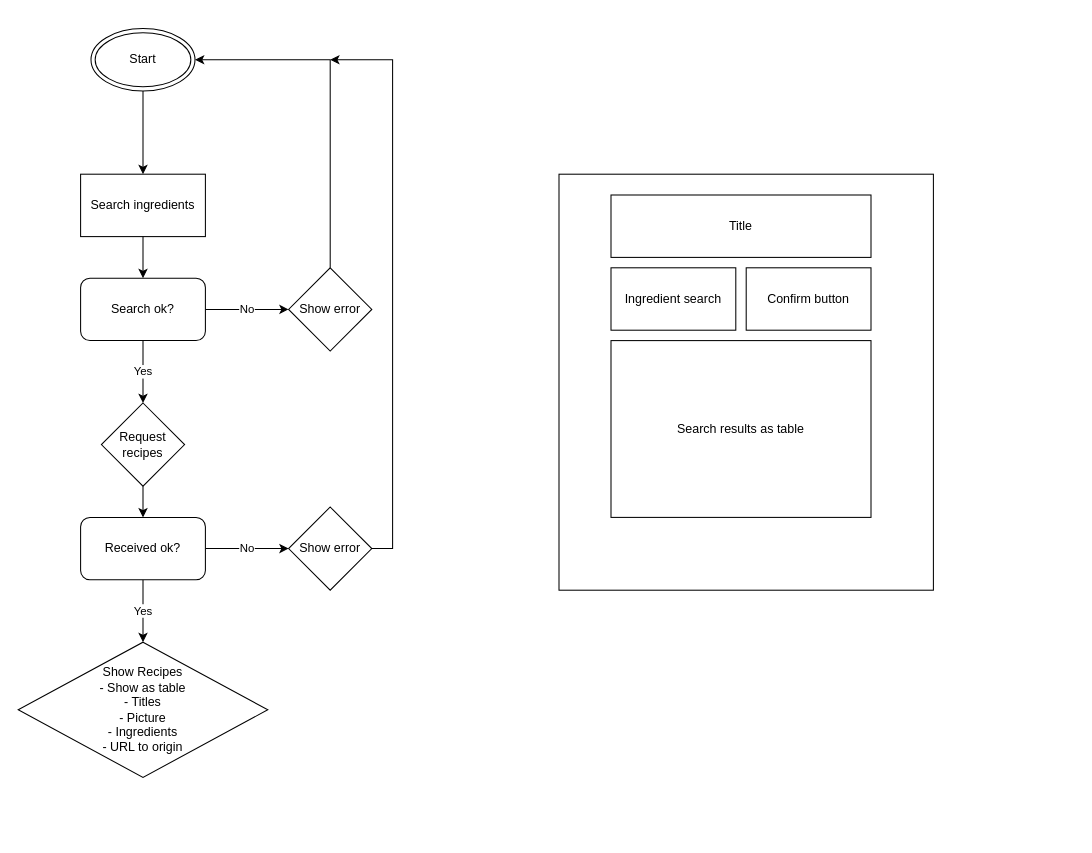
The draw.io diagram page "Page-1" (1 of 2) of scratch/drawio sketch.drawio in winterpetrichor/WYWMrecipeSearcher, before the edit. Source tidied: cells renumbered, new cells numbered last; positions are measured from the earlier drawing's top-left corner, leaving out a move shared by most shapes. Both pictures are drawn from the tidied source at 104%, with x=0, y=0 at pixel (18, 28).
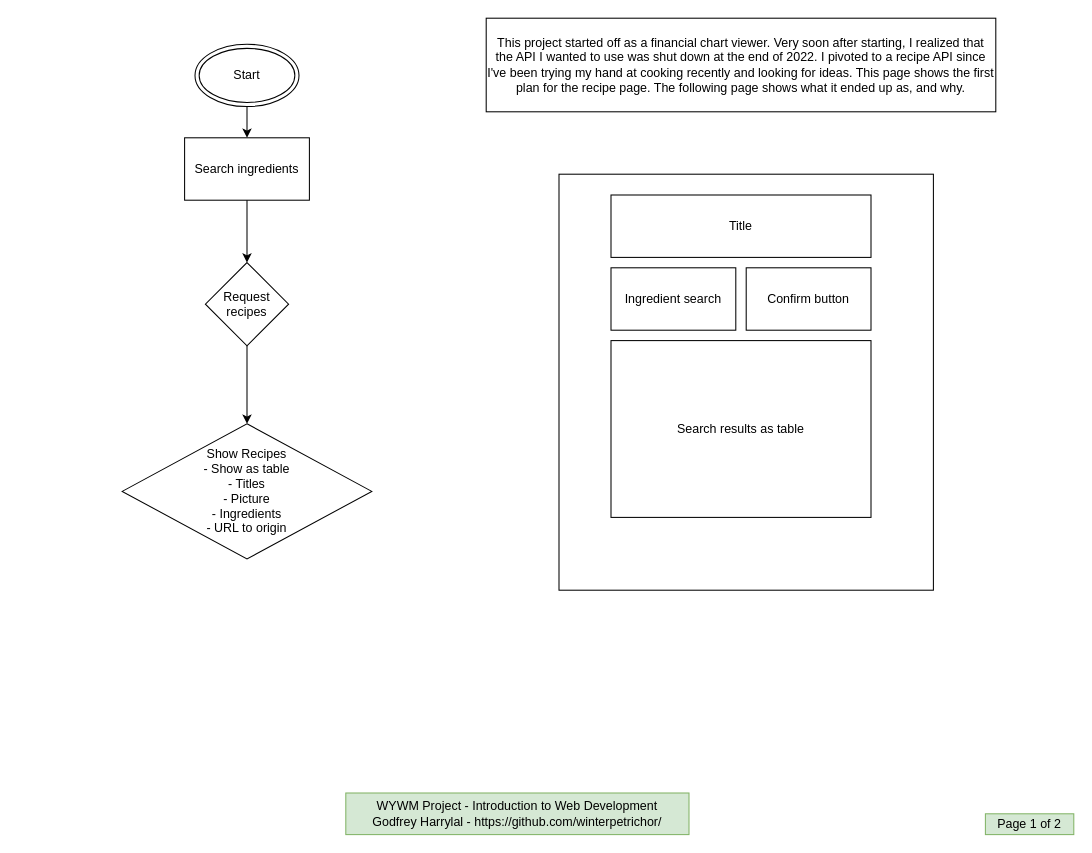
The same diagram, later.

Diff of the diagram source:
```diff
@@
     <mxCell id="4" value="Start" style="ellipse;shape=doubleEllipse;whiteSpace=wrap;html=1;" parent="1" vertex="1">
-      <mxGeometry x="70" width="100" height="60" as="geometry" />
+      <mxGeometry x="170" y="15" width="100" height="60" as="geometry" />
     </mxCell>
     <mxCell id="5" value="Search ingredients" style="rounded=0;whiteSpace=wrap;html=1;" parent="1" vertex="1">
-      <mxGeometry x="60" y="140" width="120" height="60" as="geometry" />
+      <mxGeometry x="160" y="105" width="120" height="60" as="geometry" />
     </mxCell>
-    <mxCell id="6" style="edgeStyle=orthogonalEdgeStyle;rounded=0;jettySize=auto;html=1;exitX=0.5;exitY=1;exitDx=0;exitDy=0;entryX=0.5;entryY=0;entryDx=0;entryDy=0;" parent="1" edge="1" source="7" target="10">
+    <mxCell id="6" style="edgeStyle=orthogonalEdgeStyle;rounded=0;jettySize=auto;html=1;exitX=0.5;exitY=1;exitDx=0;exitDy=0;entryX=0.5;entryY=0;entryDx=0;entryDy=0;" parent="1" edge="1" source="7" target="13">
       <mxGeometry relative="1" as="geometry" />
     </mxCell>
     <mxCell id="7" value="Request &lt;br&gt;recipes" style="rhombus;whiteSpace=wrap;html=1;" parent="1" vertex="1">
-      <mxGeometry x="80" y="360" width="80" height="80" as="geometry" />
+      <mxGeometry x="180" y="225" width="80" height="80" as="geometry" />
     </mxCell>
-    <mxCell id="8" value="Yes" style="edgeStyle=orthogonalEdgeStyle;rounded=0;jettySize=auto;html=1;exitX=0.5;exitY=1;exitDx=0;exitDy=0;" parent="1" edge="1" source="10" target="13">
-      <mxGeometry relative="1" as="geometry" />
-    </mxCell>
-    <mxCell id="9" value="No" style="edgeStyle=orthogonalEdgeStyle;rounded=0;jettySize=auto;html=1;" parent="1" edge="1" source="10" target="12">
-      <mxGeometry relative="1" as="geometry" />
-    </mxCell>
-    <mxCell id="10" value="Received ok?" style="rounded=1;whiteSpace=wrap;html=1;" parent="1" vertex="1">
-      <mxGeometry x="60" y="470" width="120" height="60" as="geometry" />
-    </mxCell>
-    <mxCell id="11" style="edgeStyle=orthogonalEdgeStyle;rounded=0;jettySize=auto;html=1;entryX=1;entryY=0.5;entryDx=0;entryDy=0;exitX=0.5;exitY=0;exitDx=0;exitDy=0;" parent="1" edge="1" source="22" target="4">
-      <mxGeometry relative="1" as="geometry" />
-    </mxCell>
-    <mxCell id="12" value="Show error" style="rhombus;whiteSpace=wrap;html=1;" parent="1" vertex="1">
-      <mxGeometry x="260" y="460" width="80" height="80" as="geometry" />
-    </mxCell>
     <mxCell id="13" value="Show Recipes&lt;br&gt;- Show as table&lt;br&gt;- Titles&lt;br&gt;- Picture&lt;br&gt;- Ingredients&lt;br&gt;- URL to origin" style="rhombus;whiteSpace=wrap;html=1;" parent="1" vertex="1">
-      <mxGeometry y="590" width="240" height="130" as="geometry" />
+      <mxGeometry x="100" y="380" width="240" height="130" as="geometry" />
     </mxCell>
-    <mxCell id="14" style="endArrow=classic;html=1;rounded=0;exitX=0.5;exitY=1;exitDx=0;exitDy=0;" parent="1" edge="1" source="5" target="21">
+    <mxCell id="14" style="endArrow=classic;html=1;rounded=0;exitX=0.5;exitY=1;exitDx=0;exitDy=0;entryX=0.5;entryY=0;entryDx=0;entryDy=0;" parent="1" edge="1" source="5" target="7">
       <mxGeometry relative="1" as="geometry" />
     </mxCell>
@@
-    <mxCell id="19" value="Yes" style="edgeStyle=orthogonalEdgeStyle;rounded=0;jettySize=auto;html=1;exitX=0.5;exitY=1;exitDx=0;exitDy=0;" parent="1" edge="1" source="21">
-      <mxGeometry relative="1" as="geometry">
-        <mxPoint x="120" y="360" as="targetPoint" />
-      </mxGeometry>
-    </mxCell>
-    <mxCell id="20" value="No" style="edgeStyle=orthogonalEdgeStyle;rounded=0;jettySize=auto;html=1;" parent="1" edge="1" source="21" target="22">
-      <mxGeometry relative="1" as="geometry" />
-    </mxCell>
-    <mxCell id="21" value="Search ok?" style="rounded=1;whiteSpace=wrap;html=1;" parent="1" vertex="1">
-      <mxGeometry x="60" y="240" width="120" height="60" as="geometry" />
-    </mxCell>
-    <mxCell id="22" value="Show error" style="rhombus;whiteSpace=wrap;html=1;" parent="1" vertex="1">
-      <mxGeometry x="260" y="230" width="80" height="80" as="geometry" />
-    </mxCell>
-    <mxCell id="23" style="edgeStyle=orthogonalEdgeStyle;rounded=0;jettySize=auto;html=1;exitX=1;exitY=0.5;exitDx=0;exitDy=0;" parent="1" edge="1" source="12">
-      <mxGeometry relative="1" as="geometry">
-        <mxPoint x="300" y="30" as="targetPoint" />
-        <Array as="points">
-          <mxPoint x="360" y="500" />
-          <mxPoint x="360" y="30" />
-        </Array>
-      </mxGeometry>
-    </mxCell>
+    <mxCell id="24" value="This project started off as a financial chart viewer. Very soon after starting, I realized that the API I wanted to use was shut down at the end of 2022. I pivoted to a recipe API since I've been trying my hand at cooking recently and looking for ideas. This page shows the first plan for the recipe page. The following page shows what it ended up as, and why." style="rounded=0;whiteSpace=wrap;html=1;" parent="1" vertex="1">
+      <mxGeometry x="450" y="-10" width="490" height="90" as="geometry" />
+    </mxCell>
+    <mxCell id="25" value="WYWM Project -&amp;nbsp;Introduction to Web Development&lt;br&gt;Godfrey Harrylal - https://github.com/winterpetrichor/" style="rounded=0;whiteSpace=wrap;html=1;fillColor=#d5e8d4;strokeColor=#82b366;" parent="1" vertex="1">
+      <mxGeometry x="315" y="735" width="330" height="40" as="geometry" />
+    </mxCell>
+    <mxCell id="26" value="Page 1 of 2" style="rounded=0;whiteSpace=wrap;html=1;fillColor=#d5e8d4;strokeColor=#82b366;" parent="1" vertex="1">
+      <mxGeometry x="930" y="755" width="85" height="20" as="geometry" />
+    </mxCell>
```
